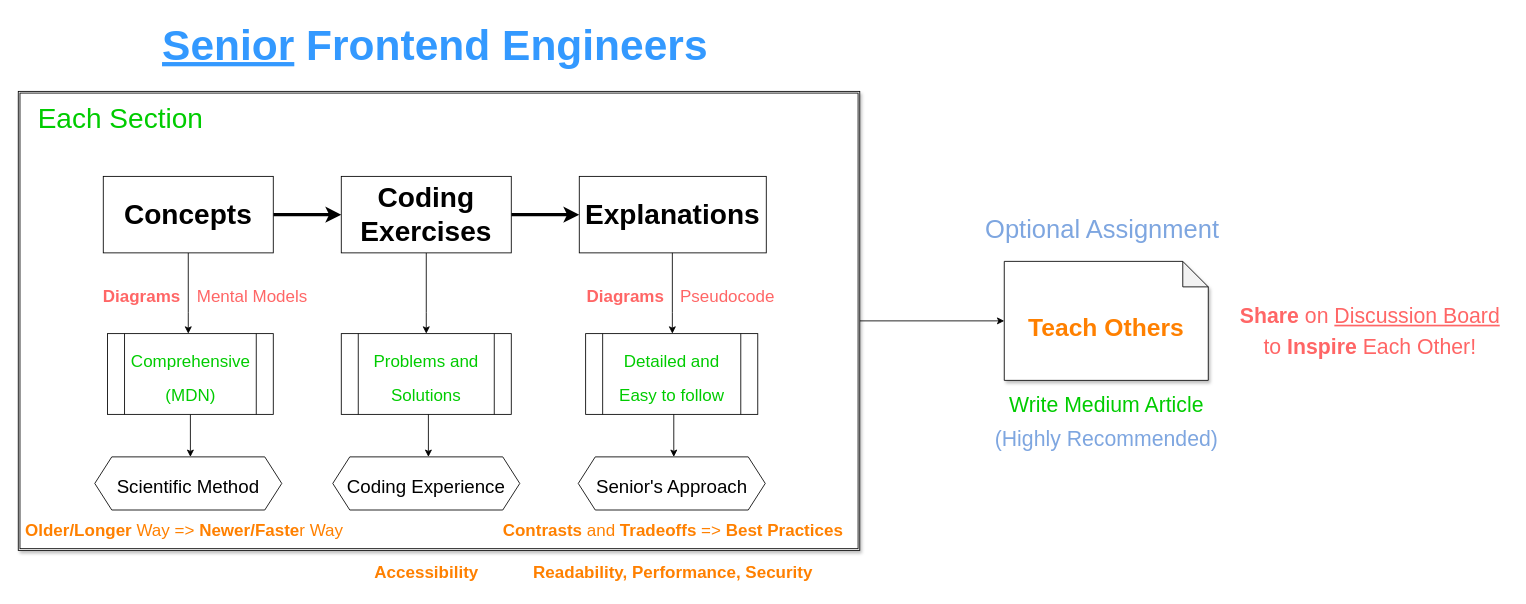
Earlier version of the draw.io diagram page "Section Structure" (3 of 3) of overview.drawio (1-11-1/FrontendCourse2021). Source tidied: cells renumbered, new cells numbered last; positions are measured from the earlier drawing's top-left corner, leaving out a move shared by most shapes. Both pictures are drawn from the tidied source at 85%, with x=0, y=0 at pixel (18, 14).
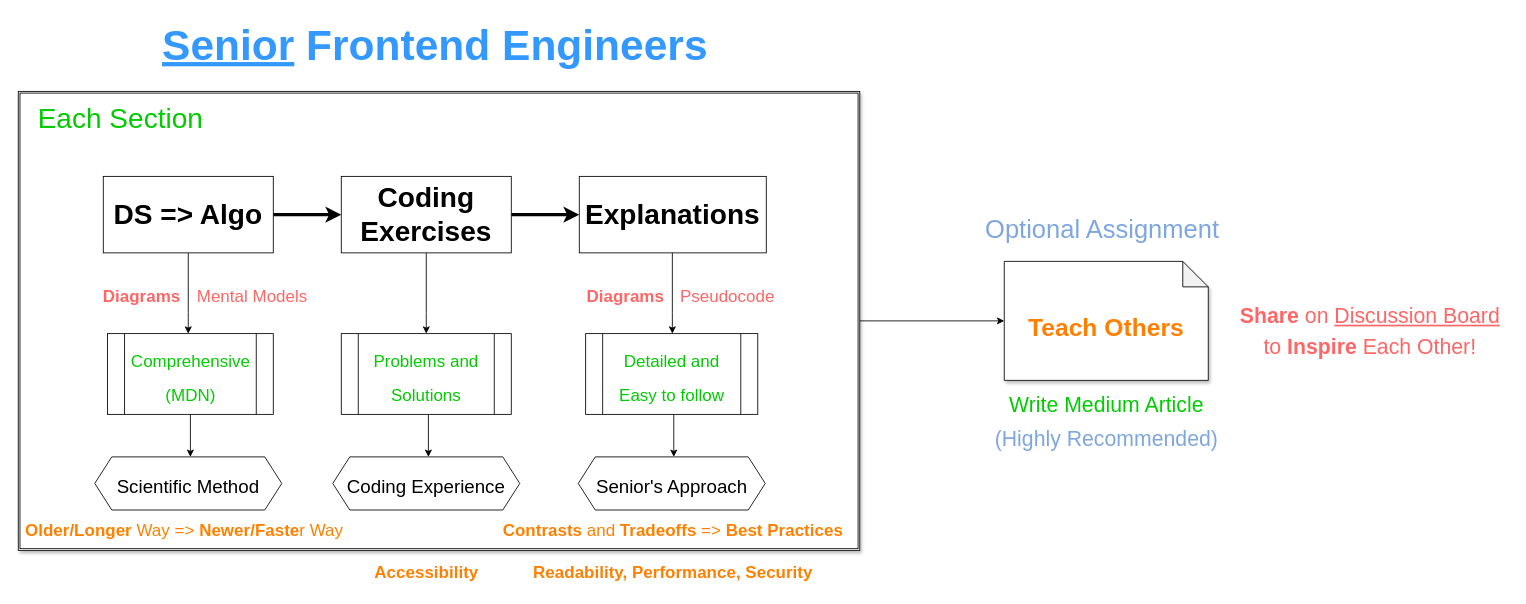
After the change.

Change to the diagram source:
```diff
@@
-    <mxCell id="7" value="&lt;b&gt;Concepts&lt;/b&gt;" style="whiteSpace=wrap;html=1;fontSize=33;" parent="1" vertex="1">
+    <mxCell id="7" value="&lt;b&gt;DS =&amp;gt; Algo&lt;/b&gt;" style="whiteSpace=wrap;html=1;fontSize=33;" parent="1" vertex="1">
       <mxGeometry x="100" y="190" width="200" height="90" as="geometry" />
     </mxCell>
```
